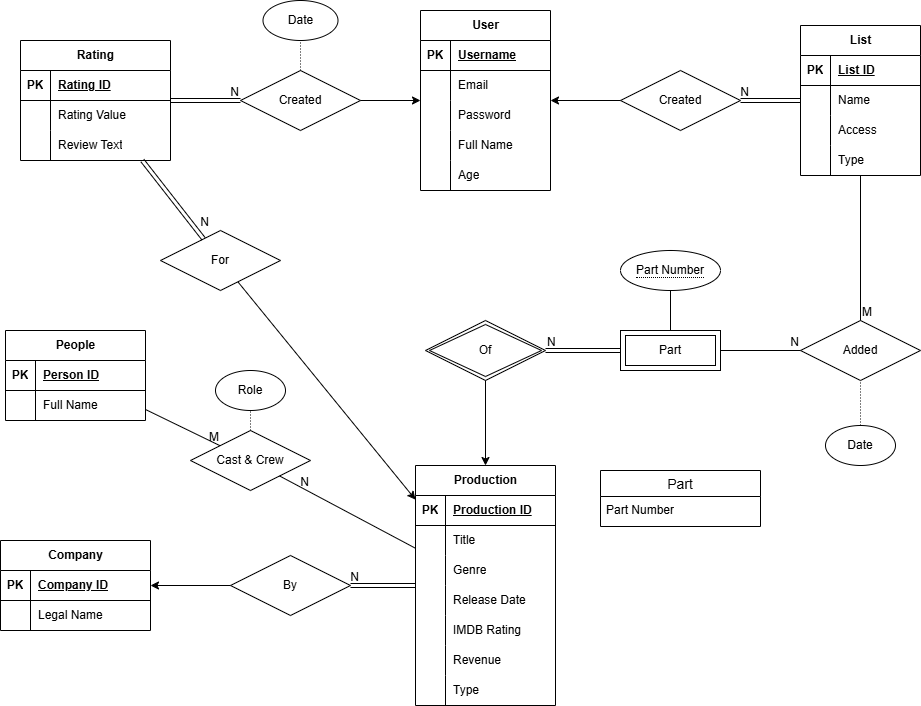
Above: ER_diagram.png in Pedram2004/movie-review-database (draw.io), before the change. Source tidied: cells renumbered, new cells last; positions are measured from the earlier drawing's top-left corner, leaving out a move shared by most shapes.
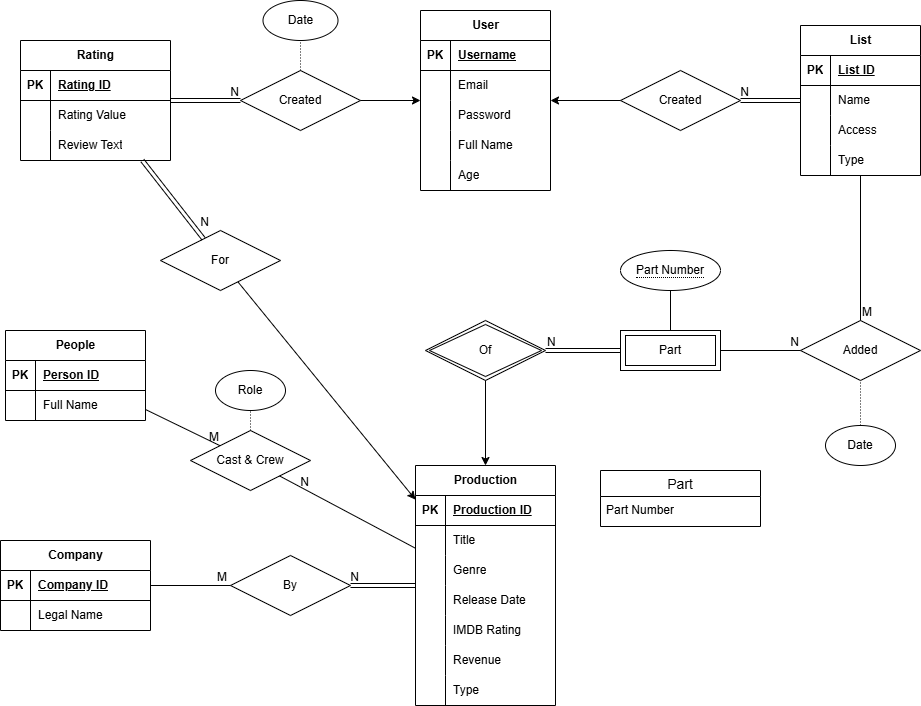
After the change.

Commit message:
cardinality of a connection changed in ER

Diff of the diagram source:
```diff
@@ -343,9 +343,6 @@
         <mxPoint x="-55" as="offset" />
       </mxGeometry>
     </mxCell>
-    <mxCell id="113" style="endArrow=classic;html=1;rounded=0;" parent="1" edge="1" source="104" target="48">
-      <mxGeometry relative="1" as="geometry" />
-    </mxCell>
     <mxCell id="114" value="Date" style="ellipse;whiteSpace=wrap;html=1;" parent="1" vertex="1">
       <mxGeometry x="825" y="425" width="70" height="40" as="geometry" />
     </mxCell>
@@ -358,5 +355,13 @@
     <mxCell id="117" style="endArrow=none;html=1;rounded=0;" parent="1" edge="1" source="90" target="116">
       <mxGeometry relative="1" as="geometry" />
     </mxCell>
+    <mxCell id="118" style="endArrow=none;html=1;rounded=0;" parent="1" edge="1" source="48" target="104">
+      <mxGeometry relative="1" as="geometry" />
+    </mxCell>
+    <mxCell id="119" value="M" style="html=1;whiteSpace=wrap;align=left;verticalAlign=bottom;" parent="118" vertex="1">
+      <mxGeometry x="-1" relative="1" as="geometry">
+        <mxPoint x="65" as="offset" />
+      </mxGeometry>
+    </mxCell>
   </root>
 </mxGraphModel>
```
